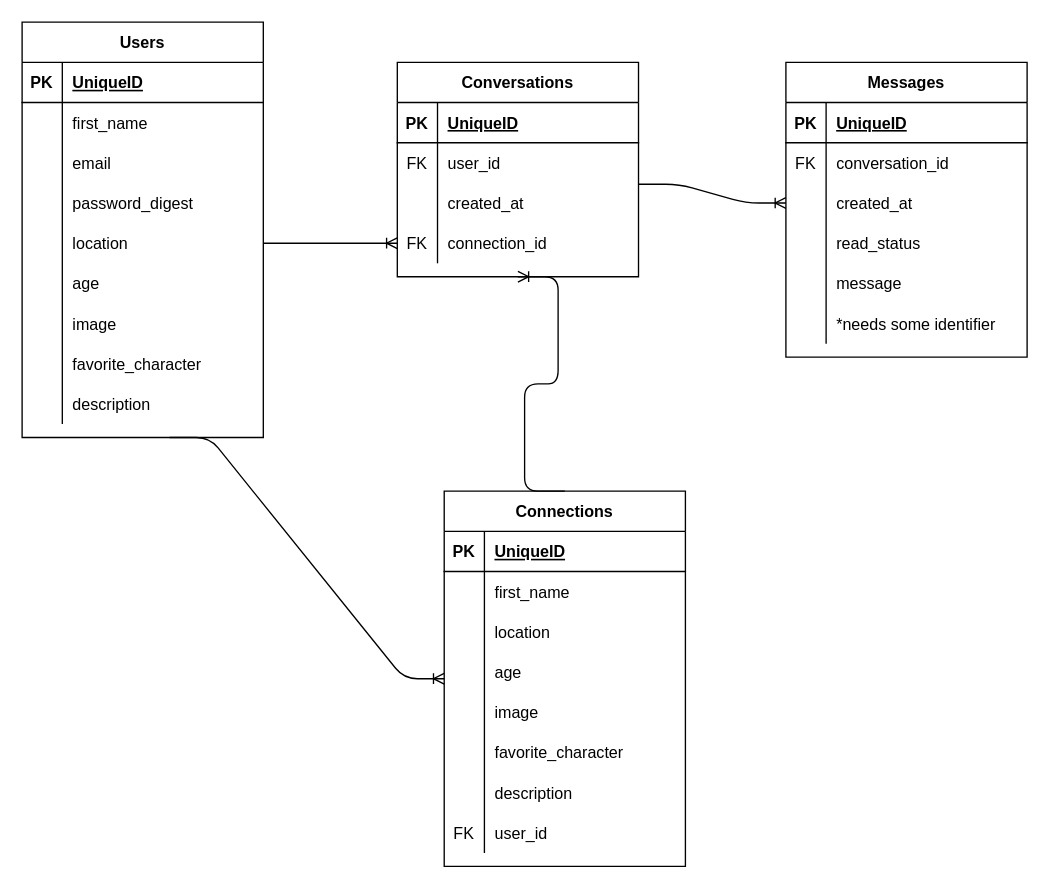
The draw.io diagram ERD.drawio in matt-draghi/mos-nerdley-cantina, before the edit. Source tidied: cells renumbered, new cells numbered last; positions are measured from the earlier drawing's top-left corner, leaving out a move shared by most shapes. Both pictures are drawn from the tidied source at 134%, with x=0, y=0 at pixel (21, 21).
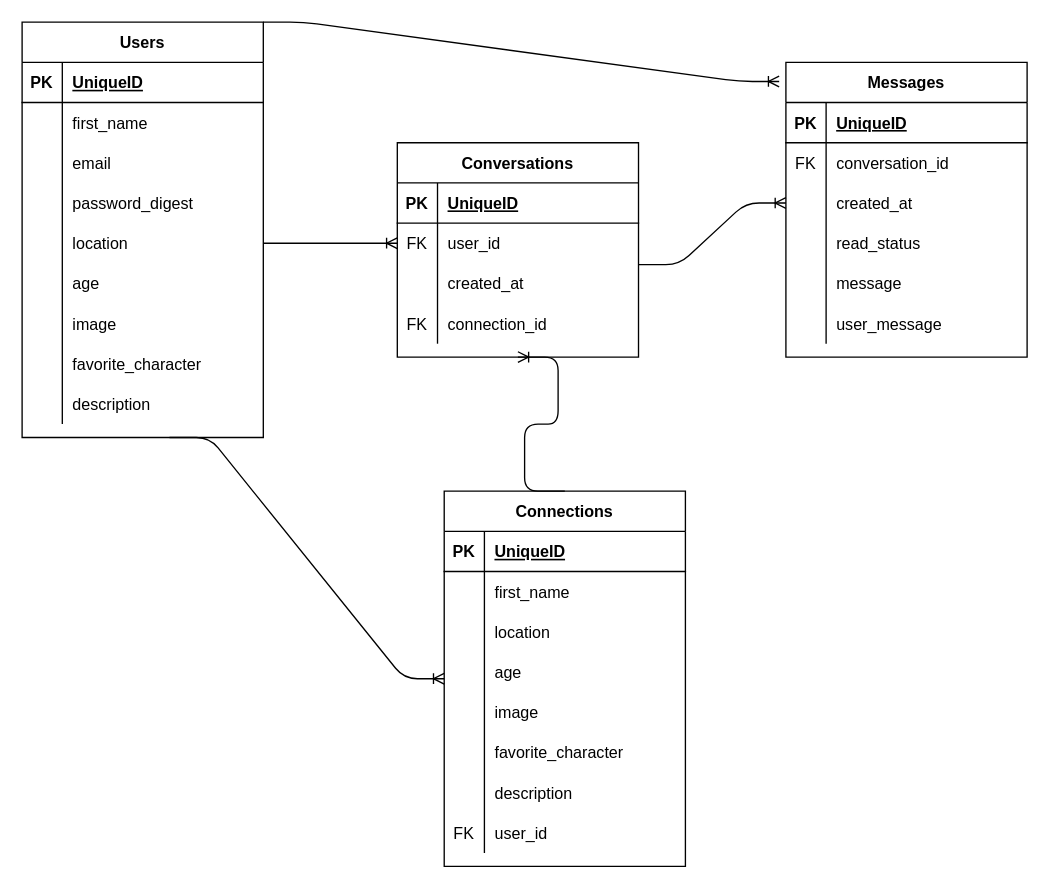
The same page after the edit.

Commit message (it also covers changes not shown here):
Updated messages table to belong to a user

The change refers to these unchanged cells:
```xml
<mxCell id="2" value="Users" style="shape=table;startSize=30;childLayout=tableLayout;rowLines=0;fontStyle=1;align=center;" parent="1" vertex="1">
  <mxGeometry width="180" height="310" as="geometry" />
</mxCell>
<mxCell id="30" value="Messages" style="shape=table;startSize=30;childLayout=tableLayout;rowLines=0;fontStyle=1;align=center;" parent="1" vertex="1">
  <mxGeometry x="570" y="30" width="180" height="220" as="geometry" />
</mxCell>
<mxCell id="46" style="shape=partialRectangle;fillColor=none;top=0;left=0;bottom=0;right=0;" parent="30" vertex="1">
  <mxGeometry y="180" width="180" height="30" as="geometry" />
</mxCell>
```

The edit, as a diff of the source:
```diff
@@
-    <mxCell id="48" value="*needs some identifier" style="shape=partialRectangle;fillColor=none;top=0;left=0;bottom=0;right=0;align=left;spacingLeft=6;overflow=hidden;" parent="46" vertex="1">
+    <mxCell id="48" value="user_message" style="shape=partialRectangle;fillColor=none;top=0;left=0;bottom=0;right=0;align=left;spacingLeft=6;overflow=hidden;" parent="46" vertex="1">
       <mxGeometry x="30" width="150" height="30" as="geometry" />
     </mxCell>
@@
     <mxCell id="77" value="Conversations" style="shape=table;startSize=30;childLayout=tableLayout;rowLines=0;fontStyle=1;align=center;" parent="1" vertex="1">
-      <mxGeometry x="280" y="30" width="180" height="160" as="geometry" />
+      <mxGeometry x="280" y="90" width="180" height="160" as="geometry" />
     </mxCell>
@@
+    <mxCell id="91" style="edgeStyle=entityRelationEdgeStyle;fontSize=12;html=1;endArrow=ERoneToMany;exitX=1;exitY=0;exitDx=0;exitDy=0;entryX=-0.028;entryY=0.065;entryDx=0;entryDy=0;entryPerimeter=0;" parent="1" edge="1" source="2" target="30">
+      <mxGeometry relative="1" as="geometry" />
+    </mxCell>
```
